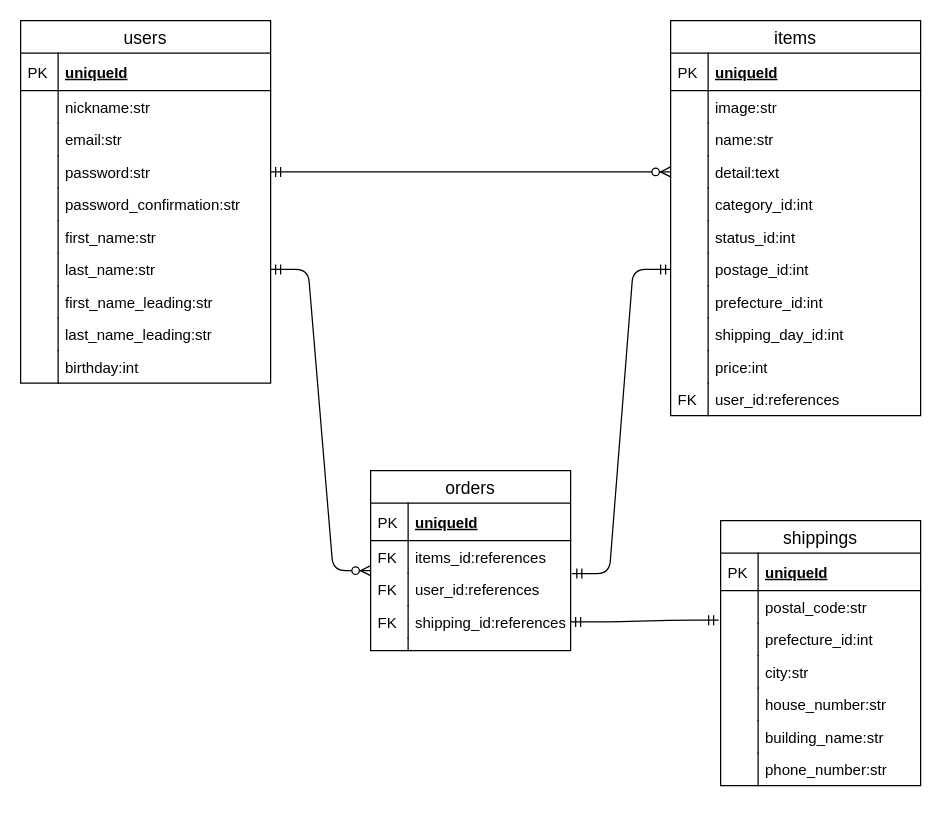
The draw.io diagram er.drawio in mikujo/furima-29294, before the edit. Source tidied: cells renumbered, new cells numbered last; positions are measured from the earlier drawing's top-left corner, leaving out a move shared by most shapes. Both pictures are drawn from the tidied source at 125%, with x=0, y=0 at pixel (20, 20).
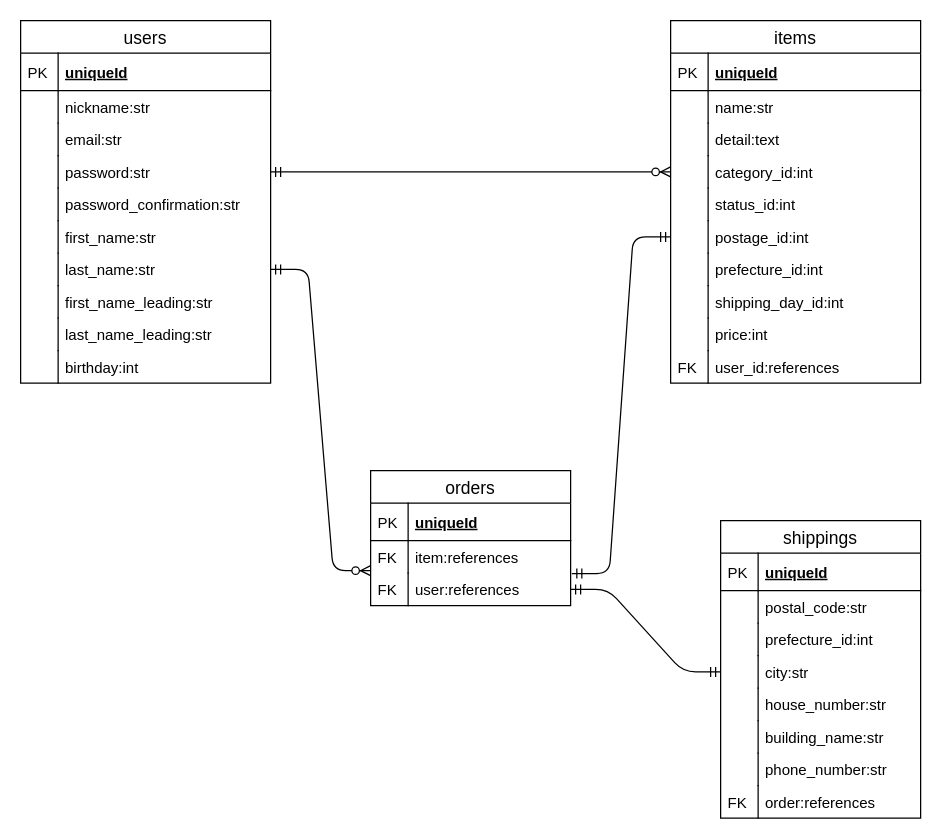
The same page after the edit.

The change refers to these unchanged cells:
```xml
<mxCell id="9" value="password:str" style="shape=partialRectangle;top=0;left=0;right=0;bottom=0;align=left;verticalAlign=top;fillColor=none;spacingLeft=34;spacingRight=4;overflow=hidden;points=[[0,0.5],[1,0.5]];portConstraint=eastwest;fontSize=12;" parent="2" vertex="1">
  <mxGeometry y="108" width="200" height="26" as="geometry" />
</mxCell>
<mxCell id="63" value="prefecture_id:int" style="shape=partialRectangle;top=0;left=0;right=0;bottom=0;align=left;verticalAlign=top;fillColor=none;spacingLeft=34;spacingRight=4;overflow=hidden;points=[[0,0.5],[1,0.5]];portConstraint=eastwest;fontSize=12;" parent="58" vertex="1">
  <mxGeometry y="82" width="160" height="26" as="geometry" />
</mxCell>
<mxCell id="65" value="city:str" style="shape=partialRectangle;top=0;left=0;right=0;bottom=0;align=left;verticalAlign=top;fillColor=none;spacingLeft=34;spacingRight=4;overflow=hidden;points=[[0,0.5],[1,0.5]];portConstraint=eastwest;fontSize=12;" parent="58" vertex="1">
  <mxGeometry y="108" width="160" height="26" as="geometry" />
</mxCell>
```

Change to the diagram source:
```diff
@@
     <mxCell id="23" value="items" style="swimlane;fontStyle=0;horizontal=1;startSize=26;align=center;fontSize=14;html=0;" parent="1" vertex="1">
-      <mxGeometry x="520" width="200" height="316" as="geometry" />
+      <mxGeometry x="520" width="200" height="290" as="geometry" />
     </mxCell>
@@
-    <mxCell id="26" value="image:str" style="shape=partialRectangle;top=0;left=0;right=0;bottom=0;align=left;verticalAlign=top;fillColor=none;spacingLeft=34;spacingRight=4;overflow=hidden;fontSize=12;" parent="23" vertex="1">
-      <mxGeometry y="56" width="200" height="26" as="geometry" />
-    </mxCell>
-    <mxCell id="27" style="shape=partialRectangle;top=0;left=0;bottom=0;fillColor=none;align=left;verticalAlign=top;spacingLeft=4;spacingRight=4;overflow=hidden;fontSize=12;" parent="26" vertex="1">
-      <mxGeometry width="30" height="26" as="geometry" />
-    </mxCell>
     <mxCell id="28" value="name:str" style="shape=partialRectangle;top=0;left=0;right=0;bottom=0;align=left;verticalAlign=top;fillColor=none;spacingLeft=34;spacingRight=4;overflow=hidden;fontSize=12;" parent="23" vertex="1">
-      <mxGeometry y="82" width="200" height="26" as="geometry" />
+      <mxGeometry y="56" width="200" height="26" as="geometry" />
     </mxCell>
@@
     <mxCell id="30" value="detail:text" style="shape=partialRectangle;top=0;left=0;right=0;bottom=0;align=left;verticalAlign=top;fillColor=none;spacingLeft=34;spacingRight=4;overflow=hidden;points=[[0,0.5],[1,0.5]];portConstraint=eastwest;fontSize=12;" parent="23" vertex="1">
-      <mxGeometry y="108" width="200" height="26" as="geometry" />
+      <mxGeometry y="82" width="200" height="26" as="geometry" />
     </mxCell>
@@
     <mxCell id="32" value="category_id:int" style="shape=partialRectangle;top=0;left=0;right=0;bottom=0;align=left;verticalAlign=top;fillColor=none;spacingLeft=34;spacingRight=4;overflow=hidden;points=[[0,0.5],[1,0.5]];portConstraint=eastwest;fontSize=12;" parent="23" vertex="1">
-      <mxGeometry y="134" width="200" height="26" as="geometry" />
+      <mxGeometry y="108" width="200" height="26" as="geometry" />
     </mxCell>
@@
     <mxCell id="34" value="status_id:int" style="shape=partialRectangle;top=0;left=0;right=0;bottom=0;align=left;verticalAlign=top;fillColor=none;spacingLeft=34;spacingRight=4;overflow=hidden;fontSize=12;" parent="23" vertex="1">
-      <mxGeometry y="160" width="200" height="26" as="geometry" />
+      <mxGeometry y="134" width="200" height="26" as="geometry" />
     </mxCell>
@@
     <mxCell id="36" value="postage_id:int" style="shape=partialRectangle;top=0;left=0;right=0;bottom=0;align=left;verticalAlign=top;fillColor=none;spacingLeft=34;spacingRight=4;overflow=hidden;points=[[0,0.5],[1,0.5]];portConstraint=eastwest;fontSize=12;" parent="23" vertex="1">
-      <mxGeometry y="186" width="200" height="26" as="geometry" />
+      <mxGeometry y="160" width="200" height="26" as="geometry" />
     </mxCell>
@@
     <mxCell id="38" value="prefecture_id:int" style="shape=partialRectangle;top=0;left=0;right=0;bottom=0;align=left;verticalAlign=top;fillColor=none;spacingLeft=34;spacingRight=4;overflow=hidden;fontSize=12;" parent="23" vertex="1">
-      <mxGeometry y="212" width="200" height="26" as="geometry" />
+      <mxGeometry y="186" width="200" height="26" as="geometry" />
     </mxCell>
@@
     <mxCell id="40" value="shipping_day_id:int" style="shape=partialRectangle;top=0;left=0;right=0;bottom=0;align=left;verticalAlign=top;fillColor=none;spacingLeft=34;spacingRight=4;overflow=hidden;fontSize=12;" parent="23" vertex="1">
-      <mxGeometry y="238" width="200" height="26" as="geometry" />
+      <mxGeometry y="212" width="200" height="26" as="geometry" />
     </mxCell>
@@
     <mxCell id="42" value="price:int" style="shape=partialRectangle;top=0;left=0;right=0;bottom=0;align=left;verticalAlign=top;fillColor=none;spacingLeft=34;spacingRight=4;overflow=hidden;fontSize=12;" parent="23" vertex="1">
-      <mxGeometry y="264" width="200" height="26" as="geometry" />
+      <mxGeometry y="238" width="200" height="26" as="geometry" />
     </mxCell>
@@
     <mxCell id="44" value="user_id:references&#10;" style="shape=partialRectangle;top=0;left=0;right=0;bottom=0;align=left;verticalAlign=top;fillColor=none;spacingLeft=34;spacingRight=4;overflow=hidden;fontSize=12;" parent="23" vertex="1">
-      <mxGeometry y="290" width="200" height="26" as="geometry" />
+      <mxGeometry y="264" width="200" height="26" as="geometry" />
     </mxCell>
@@
     <mxCell id="46" value="orders" style="swimlane;fontStyle=0;horizontal=1;startSize=26;align=center;fontSize=14;html=0;" parent="1" vertex="1">
-      <mxGeometry x="280" y="360" width="160" height="144" as="geometry" />
+      <mxGeometry x="280" y="360" width="160" height="108" as="geometry" />
     </mxCell>
@@
-    <mxCell id="49" value="items_id:references" style="shape=partialRectangle;top=0;left=0;right=0;bottom=0;align=left;verticalAlign=top;fillColor=none;spacingLeft=34;spacingRight=4;overflow=hidden;fontSize=12;" parent="46" vertex="1">
+    <mxCell id="49" value="item:references" style="shape=partialRectangle;top=0;left=0;right=0;bottom=0;align=left;verticalAlign=top;fillColor=none;spacingLeft=34;spacingRight=4;overflow=hidden;fontSize=12;" parent="46" vertex="1">
       <mxGeometry y="56" width="160" height="26" as="geometry" />
     </mxCell>
@@
-    <mxCell id="51" value="user_id:references" style="shape=partialRectangle;top=0;left=0;right=0;bottom=0;align=left;verticalAlign=top;fillColor=none;spacingLeft=34;spacingRight=4;overflow=hidden;points=[[0,0.5],[1,0.5]];portConstraint=eastwest;fontSize=12;" parent="46" vertex="1">
+    <mxCell id="51" value="user:references" style="shape=partialRectangle;top=0;left=0;right=0;bottom=0;align=left;verticalAlign=top;fillColor=none;spacingLeft=34;spacingRight=4;overflow=hidden;points=[[0,0.5],[1,0.5]];portConstraint=eastwest;fontSize=12;" parent="46" vertex="1">
       <mxGeometry y="82" width="160" height="26" as="geometry" />
     </mxCell>
@@
-    <mxCell id="53" value="shipping_id:references" style="shape=partialRectangle;top=0;left=0;right=0;bottom=0;align=left;verticalAlign=top;fillColor=none;spacingLeft=34;spacingRight=4;overflow=hidden;points=[[0,0.5],[1,0.5]];portConstraint=eastwest;fontSize=12;" parent="46" vertex="1">
-      <mxGeometry y="108" width="160" height="26" as="geometry" />
-    </mxCell>
-    <mxCell id="54" value="FK" style="shape=partialRectangle;top=0;left=0;bottom=0;fillColor=none;align=left;verticalAlign=top;spacingLeft=4;spacingRight=4;overflow=hidden;fontSize=12;" parent="53" vertex="1">
-      <mxGeometry width="30" height="26" as="geometry" />
-    </mxCell>
-    <mxCell id="55" style="shape=partialRectangle;top=0;left=0;right=0;bottom=0;align=left;verticalAlign=top;fillColor=none;spacingLeft=34;spacingRight=4;overflow=hidden;fontSize=12;" parent="46" vertex="1">
-      <mxGeometry y="134" width="160" height="10" as="geometry" />
-    </mxCell>
-    <mxCell id="56" style="shape=partialRectangle;top=0;left=0;bottom=0;fillColor=none;align=left;verticalAlign=top;spacingLeft=4;spacingRight=4;overflow=hidden;fontSize=12;" parent="55" vertex="1">
-      <mxGeometry width="30" height="10" as="geometry" />
-    </mxCell>
@@
     <mxCell id="58" value="shippings" style="swimlane;fontStyle=0;horizontal=1;startSize=26;align=center;fontSize=14;html=0;" parent="1" vertex="1">
-      <mxGeometry x="560" y="400" width="160" height="212" as="geometry" />
+      <mxGeometry x="560" y="400" width="160" height="238" as="geometry" />
     </mxCell>
@@
+    <mxCell id="76" value="order:references" style="shape=partialRectangle;top=0;left=0;right=0;bottom=0;align=left;verticalAlign=top;fillColor=none;spacingLeft=34;spacingRight=4;overflow=hidden;fontSize=12;" parent="58" vertex="1">
+      <mxGeometry y="212" width="160" height="26" as="geometry" />
+    </mxCell>
+    <mxCell id="54" value="FK" style="shape=partialRectangle;top=0;left=0;bottom=0;fillColor=none;align=left;verticalAlign=top;spacingLeft=4;spacingRight=4;overflow=hidden;fontSize=12;" parent="76" vertex="1">
+      <mxGeometry width="30" height="26" as="geometry" />
+    </mxCell>
-    <mxCell id="73" style="edgeStyle=entityRelationEdgeStyle;fontSize=12;html=1;endArrow=ERzeroToMany;startArrow=ERmandOne;entryX=0;entryY=0.5;entryDx=0;entryDy=0;exitX=1;exitY=0.5;exitDx=0;exitDy=0;" parent="1" edge="1" source="9" target="30">
+    <mxCell id="73" style="edgeStyle=entityRelationEdgeStyle;fontSize=12;html=1;endArrow=ERzeroToMany;startArrow=ERmandOne;entryX=0;entryY=0.5;entryDx=0;entryDy=0;exitX=1;exitY=0.5;exitDx=0;exitDy=0;" parent="1" edge="1" source="9" target="32">
       <mxGeometry relative="1" as="geometry" />
     </mxCell>
@@
-    <mxCell id="75" style="edgeStyle=entityRelationEdgeStyle;fontSize=12;html=1;endArrow=ERmandOne;startArrow=ERmandOne;exitX=1;exitY=0.5;exitDx=0;exitDy=0;entryX=-0.01;entryY=-0.09;entryDx=0;entryDy=0;entryPerimeter=0;" parent="1" edge="1" source="53" target="63">
+    <mxCell id="75" style="edgeStyle=entityRelationEdgeStyle;fontSize=12;html=1;endArrow=ERmandOne;startArrow=ERmandOne;exitX=1;exitY=0.5;exitDx=0;exitDy=0;entryX=0;entryY=0.5;entryDx=0;entryDy=0;" parent="1" edge="1" source="51" target="65">
       <mxGeometry relative="1" as="geometry" />
     </mxCell>
```
